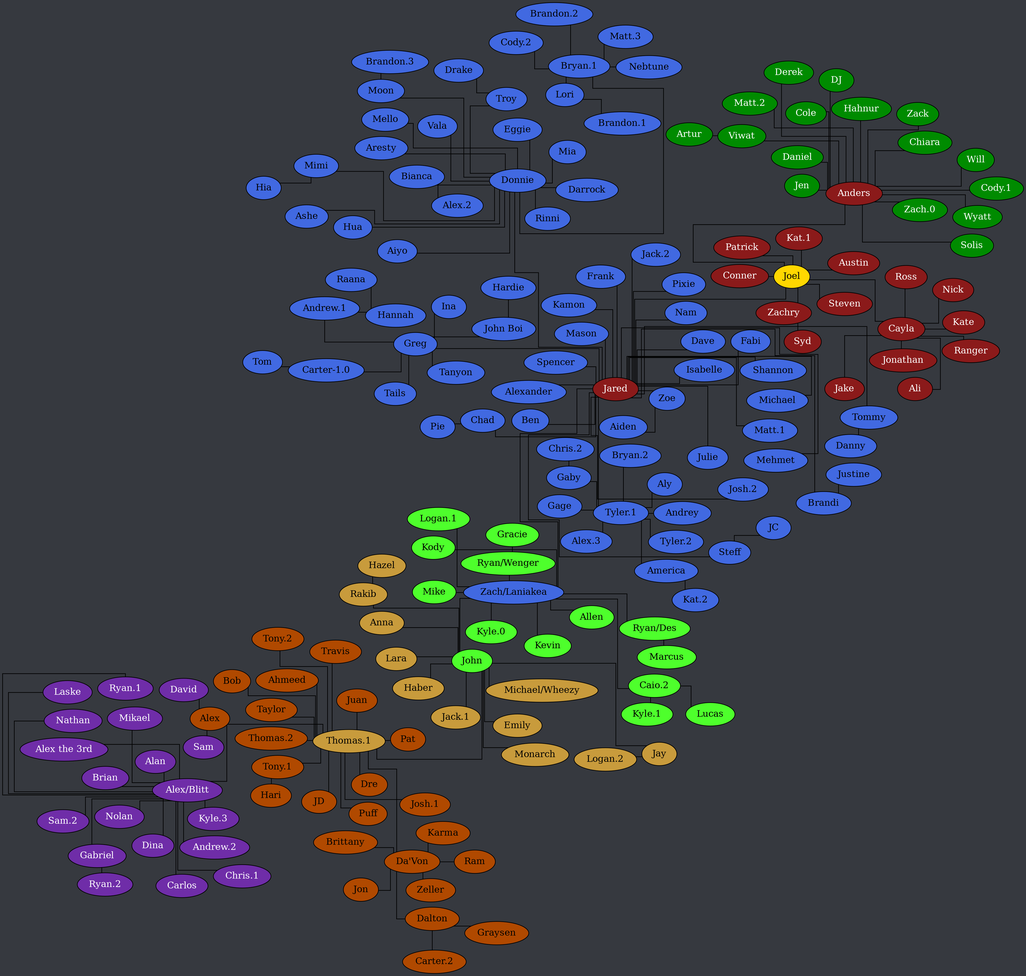
Above: tree.png in Documidas/CoronaCatzFamilyTree (Graphviz), before the change. Its source is kept beside it as tree.dot.
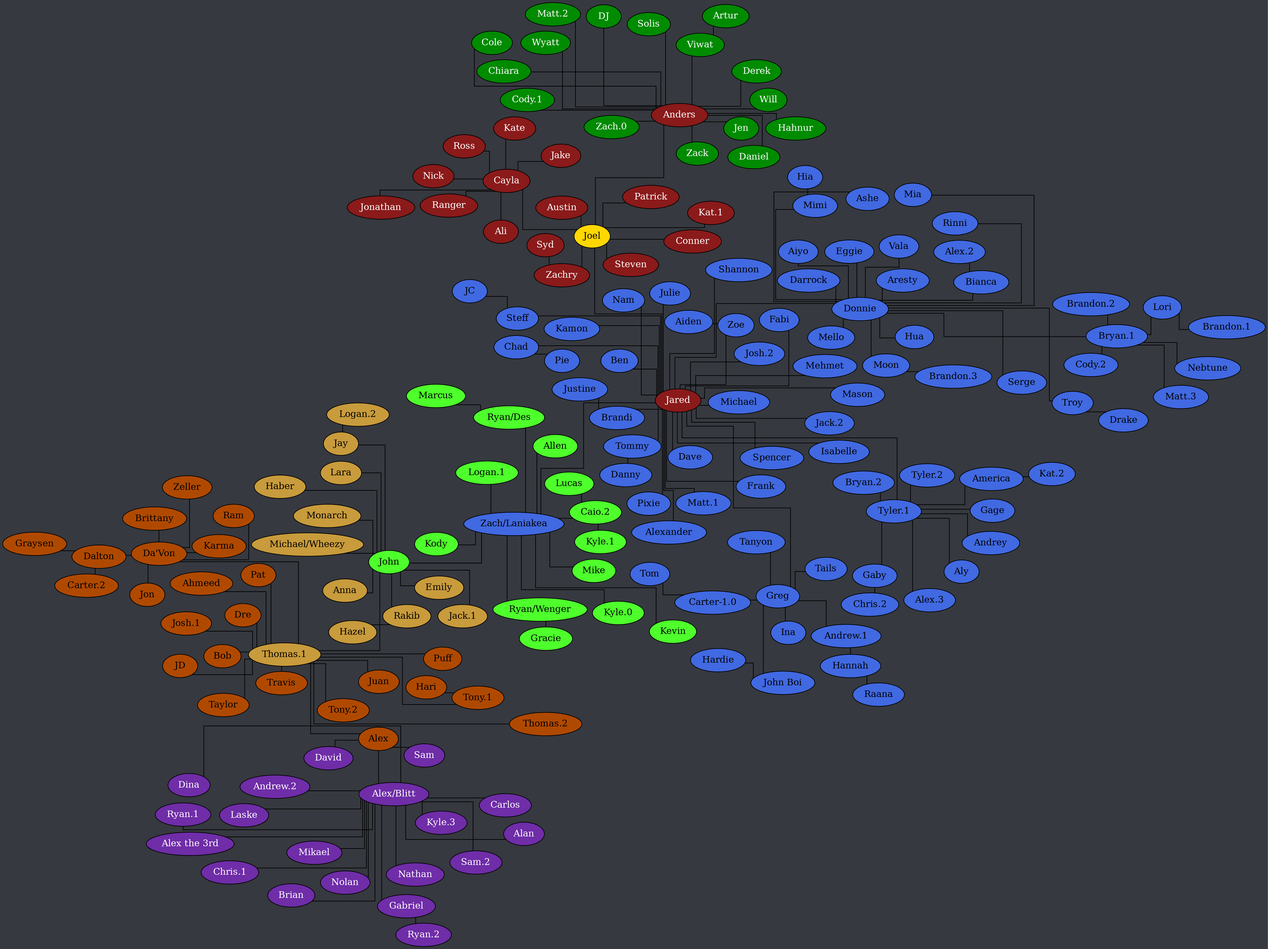
After the change.

Diff of the diagram source:
```diff
@@ -82,6 +82,7 @@
 		Donnie -- Mimi;
 		Donnie -- Moon;
 		Donnie -- Rinni;
+		Donnie -- Serge;
 		Donnie -- Troy;
 		Donnie -- Vala;
 		Gaby -- "Chris.2";
```
